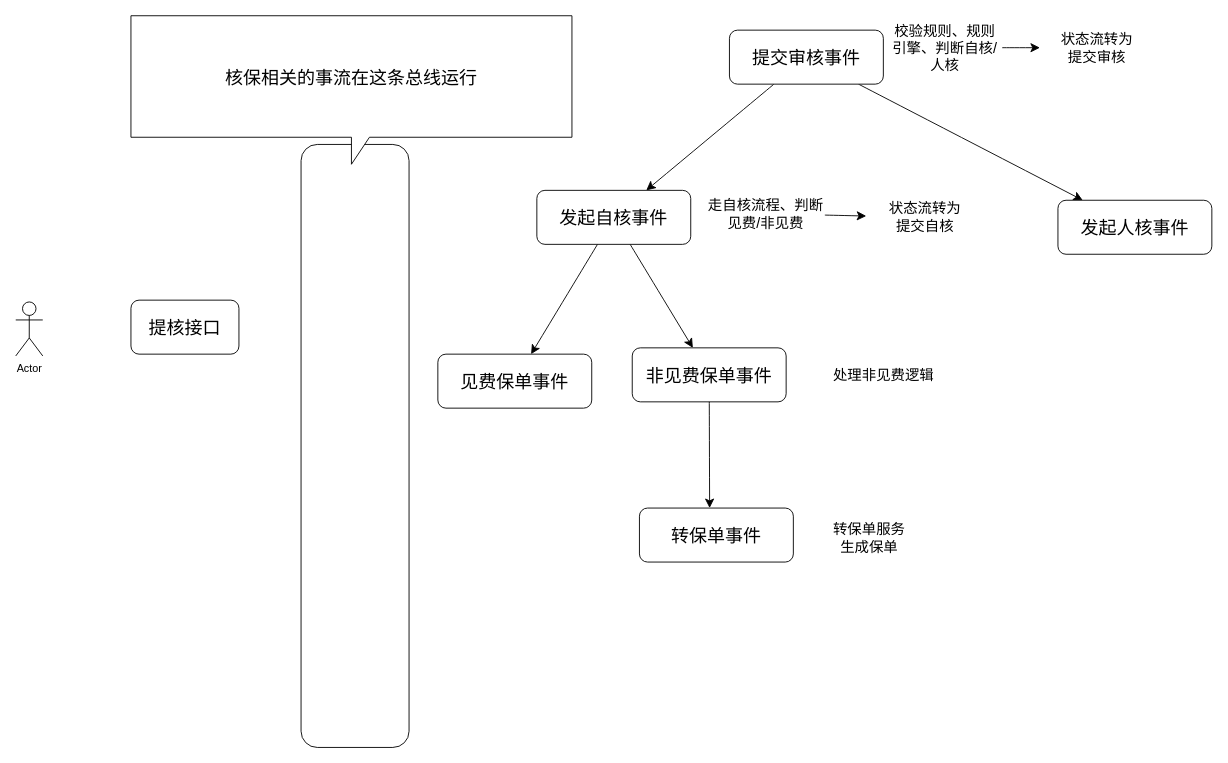
java-zengguang/images keeps this draw.io diagram as 核保事件流设计.drawio. Above is the earlier version. Source tidied: cells renumbered, new cells numbered last; positions are measured from the earlier drawing's top-left corner, leaving out a move shared by most shapes. Both pictures are drawn from the tidied source at 90%, with x=0, y=0 at pixel (15, 15).
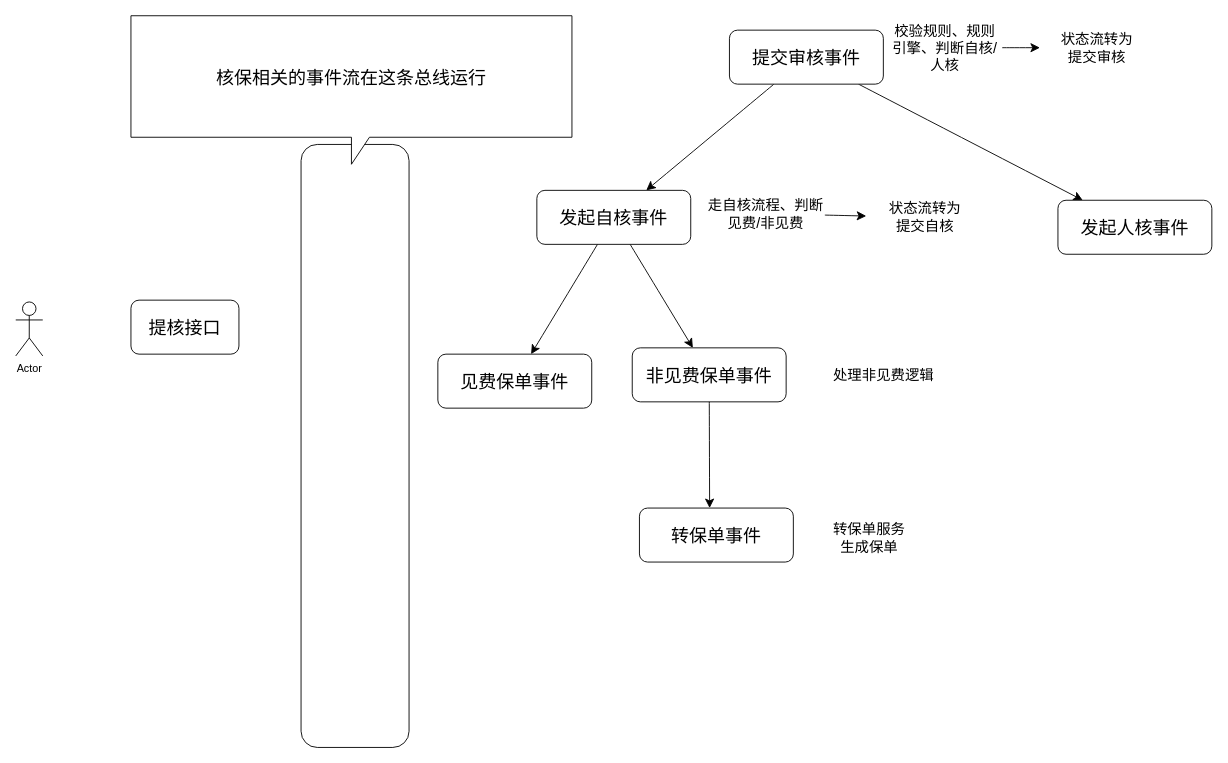
The same diagram, later.

Commit message (it also covers changes not shown here):
更新核保事件流设计.drawio

What changed in the source:
```diff
@@
-    <mxCell id="8" value="&lt;font style=&quot;font-size: 20px;&quot;&gt;核保相关的事流在这条总线运行&lt;/font&gt;" style="shape=callout;whiteSpace=wrap;html=1;perimeter=calloutPerimeter;" parent="1" vertex="1">
+    <mxCell id="8" value="&lt;font style=&quot;font-size: 20px;&quot;&gt;核保相关的事件流在这条总线运行&lt;/font&gt;" style="shape=callout;whiteSpace=wrap;html=1;perimeter=calloutPerimeter;" parent="1" vertex="1">
       <mxGeometry x="128" width="490" height="165" as="geometry" />
     </mxCell>
```
